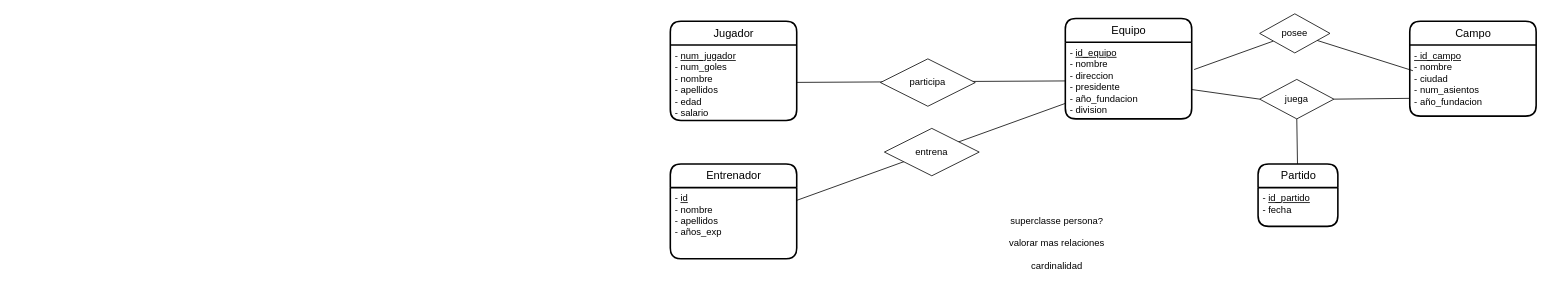
Earlier version of the draw.io diagram ex10.drawio (JuanMarinG/TA12_MYSQL). Source tidied: cells renumbered, new cells numbered last; positions are measured from the earlier drawing's top-left corner, leaving out a move shared by most shapes. Both pictures are drawn from the tidied source at 79%, with x=0, y=0 at pixel (670, 13).
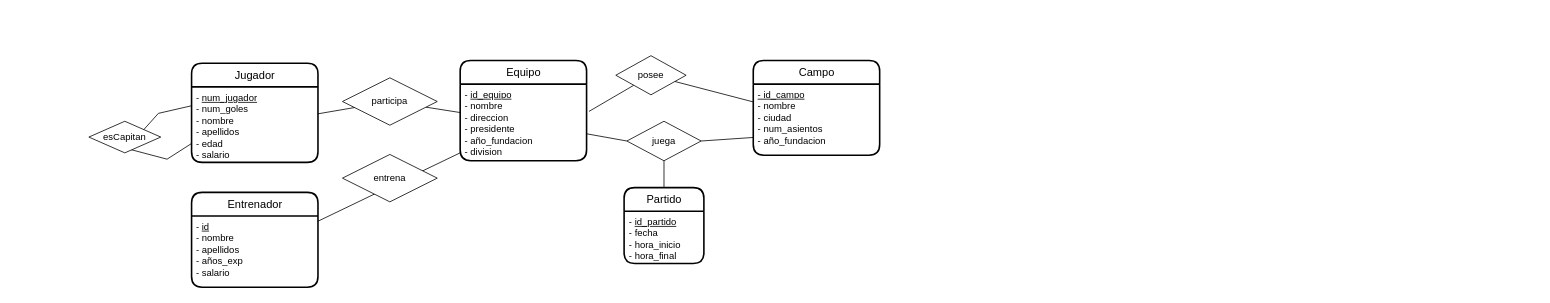
The same page after the edit.

Unchanged cells that the change refers to:
```xml
<mxCell id="5" value="&lt;div&gt;- &lt;u&gt;id_equipo&lt;/u&gt;&lt;/div&gt;&lt;div&gt;- nombre&lt;/div&gt;&lt;div&gt;- direccion&lt;/div&gt;&lt;div&gt;- presidente&lt;/div&gt;&lt;div&gt;- año_fundacion&lt;/div&gt;&lt;div&gt;- division&lt;br&gt;&lt;/div&gt;" style="align=left;strokeColor=none;fillColor=none;spacingLeft=4;fontSize=12;verticalAlign=top;html=1;" parent="4" vertex="1">
  <mxGeometry y="30" width="160" height="97" as="geometry" />
</mxCell>
<mxCell id="7" value="&lt;div&gt;- &lt;u&gt;num_jugador&lt;/u&gt;&lt;/div&gt;&lt;div&gt;- num_goles&lt;/div&gt;&lt;div&gt;- nombre&lt;/div&gt;&lt;div&gt;- apellidos&lt;br&gt;&lt;/div&gt;&lt;div&gt;- edad&lt;/div&gt;&lt;div&gt;- salario&lt;br&gt;&lt;/div&gt;" style="align=left;strokeColor=none;fillColor=none;spacingLeft=4;fontSize=12;verticalAlign=top;html=1;" parent="6" vertex="1">
  <mxGeometry y="30" width="160" height="95.5" as="geometry" />
</mxCell>
<mxCell id="11" value="&lt;div&gt;&lt;u&gt;- id_campo&lt;/u&gt;&lt;/div&gt;&lt;div&gt;- nombre&lt;/div&gt;&lt;div&gt;- ciudad&lt;br&gt;&lt;/div&gt;&lt;div&gt;- num_asientos&lt;/div&gt;&lt;div&gt;- año_fundacion &lt;br&gt;&lt;/div&gt;" style="align=left;strokeColor=none;fillColor=none;spacingLeft=4;fontSize=12;verticalAlign=top;html=1;" parent="10" vertex="1">
  <mxGeometry y="30" width="160" height="90" as="geometry" />
</mxCell>
```

Diff of the diagram source:
```diff
@@
+    <mxCell id="24" style="group;" parent="1" vertex="1">
+      <mxGeometry x="-831" y="53" width="1161" height="293" as="geometry" />
+    </mxCell>
-    <mxCell id="2" value="Partido" style="swimlane;horizontal=1;startSize=30;rounded=1;fontSize=14;fontStyle=0;strokeWidth=2;shadow=0;dashed=0;align=center;html=1;" parent="1" vertex="1">
-      <mxGeometry x="744" y="190" width="101" height="79" as="geometry" />
+    <mxCell id="2" value="Partido" style="swimlane;horizontal=1;startSize=30;rounded=1;fontSize=14;fontStyle=0;strokeWidth=2;shadow=0;dashed=0;align=center;html=1;" parent="24" vertex="1">
+      <mxGeometry x="772.5" y="167" width="101" height="96" as="geometry" />
     </mxCell>
-    <mxCell id="3" value="&lt;div&gt;- &lt;u&gt;id_partido&lt;/u&gt;&lt;/div&gt;&lt;div&gt;- fecha &lt;br&gt;&lt;/div&gt;&lt;div&gt;&lt;br&gt;&lt;/div&gt;&lt;div&gt;&amp;nbsp;&lt;br&gt;&lt;/div&gt;" style="align=left;strokeColor=none;fillColor=none;spacingLeft=4;fontSize=12;verticalAlign=top;html=1;" parent="2" vertex="1">
-      <mxGeometry y="30" width="101" height="49" as="geometry" />
+    <mxCell id="3" value="&lt;div&gt;- &lt;u&gt;id_partido&lt;/u&gt;&lt;/div&gt;&lt;div&gt;- fecha &lt;br&gt;&lt;/div&gt;&lt;div&gt;- hora_inicio&lt;/div&gt;&lt;div&gt;- hora_final&lt;br&gt;&lt;/div&gt;&lt;div&gt;&lt;br&gt;&lt;/div&gt;&lt;div&gt;&amp;nbsp;&lt;br&gt;&lt;/div&gt;" style="align=left;strokeColor=none;fillColor=none;spacingLeft=4;fontSize=12;verticalAlign=top;html=1;" parent="2" vertex="1">
+      <mxGeometry y="30" width="101" height="66" as="geometry" />
     </mxCell>
-    <mxCell id="4" value="Equipo" style="swimlane;horizontal=1;startSize=30;rounded=1;fontSize=14;fontStyle=0;strokeWidth=2;shadow=0;dashed=0;align=center;html=1;" parent="1" vertex="1">
-      <mxGeometry x="500" y="6" width="160" height="127" as="geometry" />
+    <mxCell id="4" value="Equipo" style="swimlane;horizontal=1;startSize=30;rounded=1;fontSize=14;fontStyle=0;strokeWidth=2;shadow=0;dashed=0;align=center;html=1;" parent="24" vertex="1">
+      <mxGeometry x="565" y="6" width="160" height="127" as="geometry" />
     </mxCell>
@@
-    <mxCell id="6" value="Jugador" style="swimlane;horizontal=1;startSize=30;rounded=1;fontSize=14;fontStyle=0;strokeWidth=2;shadow=0;dashed=0;align=center;html=1;" parent="1" vertex="1">
-      <mxGeometry y="9.5" width="160" height="125.5" as="geometry" />
+    <mxCell id="6" value="Jugador" style="swimlane;horizontal=1;startSize=30;rounded=1;fontSize=14;fontStyle=0;strokeWidth=2;shadow=0;dashed=0;align=center;html=1;" parent="24" vertex="1">
+      <mxGeometry x="225" y="9.5" width="160" height="125.5" as="geometry" />
     </mxCell>
@@
+    <mxCell id="25" style="endArrow=none;html=1;rounded=0;entryX=0;entryY=0.25;entryDx=0;entryDy=0;exitX=0;exitY=0.75;exitDx=0;exitDy=0;" parent="6" edge="1" source="7" target="7">
+      <mxGeometry relative="1" as="geometry">
+        <Array as="points">
+          <mxPoint x="-31" y="121.5" />
+          <mxPoint x="-82" y="108" />
+          <mxPoint x="-42" y="63.5" />
+        </Array>
+      </mxGeometry>
+    </mxCell>
-    <mxCell id="8" value="Entrenador" style="swimlane;horizontal=1;startSize=30;rounded=1;fontSize=14;fontStyle=0;strokeWidth=2;shadow=0;dashed=0;align=center;html=1;" parent="1" vertex="1">
-      <mxGeometry y="190" width="160" height="120" as="geometry" />
+    <mxCell id="8" value="Entrenador" style="swimlane;horizontal=1;startSize=30;rounded=1;fontSize=14;fontStyle=0;strokeWidth=2;shadow=0;dashed=0;align=center;html=1;" parent="24" vertex="1">
+      <mxGeometry x="225" y="173" width="160" height="120" as="geometry" />
     </mxCell>
-    <mxCell id="9" value="&lt;div&gt;- &lt;u&gt;id&lt;/u&gt;&lt;/div&gt;&lt;div&gt;- nombre&lt;/div&gt;&lt;div&gt;- apellidos&lt;/div&gt;&lt;div&gt;- años_exp&lt;/div&gt;&lt;div&gt;&lt;br&gt;&lt;/div&gt;" style="align=left;strokeColor=none;fillColor=none;spacingLeft=4;fontSize=12;verticalAlign=top;html=1;" parent="8" vertex="1">
+    <mxCell id="9" value="&lt;div&gt;- &lt;u&gt;id&lt;/u&gt;&lt;/div&gt;&lt;div&gt;- nombre&lt;/div&gt;&lt;div&gt;- apellidos&lt;/div&gt;&lt;div&gt;- años_exp&lt;/div&gt;&lt;div&gt;- salario&lt;br&gt;&lt;/div&gt;&lt;div&gt;&lt;br&gt;&lt;/div&gt;" style="align=left;strokeColor=none;fillColor=none;spacingLeft=4;fontSize=12;verticalAlign=top;html=1;" parent="8" vertex="1">
       <mxGeometry y="30" width="160" height="90" as="geometry" />
     </mxCell>
-    <mxCell id="10" value="Campo" style="swimlane;horizontal=1;startSize=30;rounded=1;fontSize=14;fontStyle=0;strokeWidth=2;shadow=0;dashed=0;align=center;html=1;" parent="1" vertex="1">
-      <mxGeometry x="936" y="9.5" width="160" height="120" as="geometry" />
+    <mxCell id="10" value="Campo" style="swimlane;horizontal=1;startSize=30;rounded=1;fontSize=14;fontStyle=0;strokeWidth=2;shadow=0;dashed=0;align=center;html=1;" parent="24" vertex="1">
+      <mxGeometry x="936" y="6" width="160" height="120" as="geometry" />
     </mxCell>
@@
-    <mxCell id="12" style="endArrow=none;html=1;rounded=0;fontSize=12;entryX=0;entryY=0.75;entryDx=0;entryDy=0;exitX=1;exitY=0.5;exitDx=0;exitDy=0;startArrow=none;" parent="1" edge="1" source="13" target="11">
+    <mxCell id="12" style="endArrow=none;html=1;rounded=0;fontSize=12;exitX=1;exitY=0.5;exitDx=0;exitDy=0;startArrow=none;entryX=0;entryY=0.75;entryDx=0;entryDy=0;" parent="24" edge="1" source="13" target="11">
       <mxGeometry relative="1" as="geometry" />
     </mxCell>
-    <mxCell id="13" value="juega" style="shape=rhombus;perimeter=rhombusPerimeter;whiteSpace=wrap;html=1;align=center;fontSize=12;" parent="1" vertex="1">
-      <mxGeometry x="746" y="83" width="94" height="50" as="geometry" />
+    <mxCell id="13" value="juega" style="shape=rhombus;perimeter=rhombusPerimeter;whiteSpace=wrap;html=1;align=center;fontSize=12;" parent="24" vertex="1">
+      <mxGeometry x="776" y="83" width="94" height="50" as="geometry" />
     </mxCell>
-    <mxCell id="14" style="endArrow=none;html=1;rounded=0;fontSize=12;entryX=0.5;entryY=1;entryDx=0;entryDy=0;" parent="1" edge="1" source="2" target="13">
+    <mxCell id="14" style="endArrow=none;html=1;rounded=0;fontSize=12;entryX=0.5;entryY=1;entryDx=0;entryDy=0;" parent="24" edge="1" source="2" target="13">
       <mxGeometry relative="1" as="geometry" />
     </mxCell>
-    <mxCell id="15" style="endArrow=none;html=1;rounded=0;fontSize=12;exitX=1.019;exitY=0.356;exitDx=0;exitDy=0;exitPerimeter=0;" parent="1" edge="1" source="5" target="16">
+    <mxCell id="15" style="endArrow=none;html=1;rounded=0;fontSize=12;exitX=1.019;exitY=0.356;exitDx=0;exitDy=0;exitPerimeter=0;" parent="24" edge="1" source="5" target="16">
       <mxGeometry relative="1" as="geometry" />
     </mxCell>
-    <mxCell id="16" value="posee" style="shape=rhombus;perimeter=rhombusPerimeter;whiteSpace=wrap;html=1;align=center;fontSize=12;" parent="1" vertex="1">
-      <mxGeometry x="746" width="89" height="49.5" as="geometry" />
+    <mxCell id="16" value="posee" style="shape=rhombus;perimeter=rhombusPerimeter;whiteSpace=wrap;html=1;align=center;fontSize=12;" parent="24" vertex="1">
+      <mxGeometry x="762" width="89" height="49.5" as="geometry" />
     </mxCell>
-    <mxCell id="17" style="endArrow=none;html=1;rounded=0;fontSize=12;entryX=0;entryY=0.5;entryDx=0;entryDy=0;startArrow=none;" parent="1" edge="1" source="5" target="13">
+    <mxCell id="17" style="endArrow=none;html=1;rounded=0;fontSize=12;entryX=0;entryY=0.5;entryDx=0;entryDy=0;startArrow=none;" parent="24" edge="1" source="5" target="13">
       <mxGeometry relative="1" as="geometry" />
     </mxCell>
-    <mxCell id="18" style="endArrow=none;html=1;rounded=0;fontSize=12;" parent="1" edge="1" source="16">
-      <mxGeometry relative="1" as="geometry">
-        <mxPoint x="940" y="72" as="targetPoint" />
-      </mxGeometry>
+    <mxCell id="18" style="endArrow=none;html=1;rounded=0;fontSize=12;entryX=0;entryY=0.25;entryDx=0;entryDy=0;" parent="24" edge="1" source="16" target="11">
+      <mxGeometry relative="1" as="geometry" />
     </mxCell>
-    <mxCell id="19" style="endArrow=none;html=1;rounded=0;fontSize=12;" parent="1" edge="1" source="7" target="5">
+    <mxCell id="19" style="endArrow=none;html=1;rounded=0;fontSize=12;startArrow=none;" parent="24" edge="1" source="20" target="5">
       <mxGeometry relative="1" as="geometry" />
     </mxCell>
-    <mxCell id="20" value="participa" style="shape=rhombus;perimeter=rhombusPerimeter;whiteSpace=wrap;html=1;align=center;fontSize=12;" parent="1" vertex="1">
-      <mxGeometry x="266" y="57" width="120" height="60" as="geometry" />
-    </mxCell>
-    <mxCell id="21" style="endArrow=none;html=1;rounded=0;fontSize=12;" parent="1" edge="1" source="9" target="5">
+    <mxCell id="21" style="endArrow=none;html=1;rounded=0;fontSize=12;" parent="24" edge="1" source="9" target="5">
       <mxGeometry relative="1" as="geometry" />
     </mxCell>
-    <mxCell id="22" value="entrena" style="shape=rhombus;perimeter=rhombusPerimeter;whiteSpace=wrap;html=1;align=center;fontSize=12;" parent="1" vertex="1">
-      <mxGeometry x="271" y="145" width="120" height="60" as="geometry" />
+    <mxCell id="22" value="entrena" style="shape=rhombus;perimeter=rhombusPerimeter;whiteSpace=wrap;html=1;align=center;fontSize=12;" parent="24" vertex="1">
+      <mxGeometry x="416" y="125" width="120" height="60" as="geometry" />
     </mxCell>
-    <mxCell id="23" value="&lt;div&gt;superclasse persona? &lt;br&gt;&lt;/div&gt;&lt;div&gt;&lt;br&gt;&lt;/div&gt;&lt;div&gt;valorar mas relaciones&lt;/div&gt;&lt;div&gt;&lt;br&gt;&lt;/div&gt;&lt;div&gt;cardinalidad&lt;br&gt;&lt;/div&gt;" style="text;html=1;strokeColor=none;fillColor=none;align=center;verticalAlign=middle;whiteSpace=wrap;rounded=0;fontSize=12;" parent="1" vertex="1">
-      <mxGeometry x="408" y="276" width="163" height="30" as="geometry" />
-    </mxCell>
+    <mxCell id="26" value="esCapitan" style="shape=rhombus;perimeter=rhombusPerimeter;whiteSpace=wrap;html=1;align=center;" parent="24" vertex="1">
+      <mxGeometry x="95" y="83" width="91" height="40" as="geometry" />
+    </mxCell>
+    <mxCell id="20" value="participa" style="shape=rhombus;perimeter=rhombusPerimeter;whiteSpace=wrap;html=1;align=center;fontSize=12;" parent="24" vertex="1">
+      <mxGeometry x="416" y="28" width="120" height="60" as="geometry" />
+    </mxCell>
+    <mxCell id="27" style="endArrow=none;html=1;rounded=0;fontSize=12;" parent="24" edge="1" source="7" target="20">
+      <mxGeometry relative="1" as="geometry" />
+    </mxCell>
```
